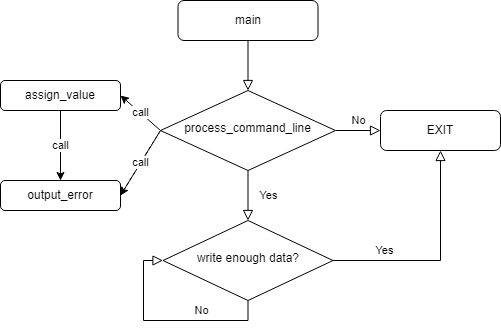
This is task_1/Relationship of functions.png from Miraculous-Sky/mini_project, a draw.io export, as it was before one commit. Source tidied: cells renumbered, new cells last; positions are measured from the earlier drawing's top-left corner, leaving out a move shared by most shapes. The source it was exported from:
```xml
<mxGraphModel>
  <root>
    <mxCell id="0" />
    <mxCell id="1" parent="0" />
    <mxCell id="2" style="rounded=0;html=1;jettySize=auto;fontSize=11;endArrow=block;endFill=0;endSize=8;strokeWidth=1;shadow=0;labelBackgroundColor=none;edgeStyle=orthogonalEdgeStyle;" parent="1" edge="1" source="3" target="6">
      <mxGeometry relative="1" as="geometry" />
    </mxCell>
    <mxCell id="3" value="main" style="rounded=1;whiteSpace=wrap;html=1;fontSize=12;glass=0;strokeWidth=1;shadow=0;" parent="1" vertex="1">
      <mxGeometry x="177.5" width="140" height="40" as="geometry" />
    </mxCell>
    <mxCell id="4" value="Yes" style="rounded=0;html=1;jettySize=auto;fontSize=11;endArrow=block;endFill=0;endSize=8;strokeWidth=1;shadow=0;labelBackgroundColor=none;edgeStyle=orthogonalEdgeStyle;" parent="1" edge="1" source="6" target="10">
      <mxGeometry y="20" relative="1" as="geometry" />
    </mxCell>
    <mxCell id="5" value="No" style="edgeStyle=orthogonalEdgeStyle;rounded=0;html=1;jettySize=auto;fontSize=11;endArrow=block;endFill=0;endSize=8;strokeWidth=1;shadow=0;labelBackgroundColor=none;" parent="1" edge="1" source="6" target="7">
      <mxGeometry y="10" relative="1" as="geometry" />
    </mxCell>
    <mxCell id="6" value="process_command_line" style="rhombus;whiteSpace=wrap;html=1;shadow=0;fontFamily=Helvetica;fontSize=12;align=center;strokeWidth=1;spacing=6;spacingTop=-4;" parent="1" vertex="1">
      <mxGeometry x="160" y="90" width="175" height="80" as="geometry" />
    </mxCell>
    <mxCell id="7" value="EXIT" style="rounded=1;whiteSpace=wrap;html=1;fontSize=12;glass=0;strokeWidth=1;shadow=0;" parent="1" vertex="1">
      <mxGeometry x="380" y="110" width="120" height="40" as="geometry" />
    </mxCell>
    <mxCell id="8" value="No" style="rounded=0;html=1;jettySize=auto;orthogonalLoop=1;fontSize=11;endArrow=block;endFill=0;endSize=8;strokeWidth=1;shadow=0;labelBackgroundColor=none;edgeStyle=orthogonalEdgeStyle;entryX=0;entryY=0.5;entryDx=0;entryDy=0;" parent="1" edge="1" source="10" target="10">
      <mxGeometry x="-0.34" y="-10" relative="1" as="geometry">
        <Array as="points">
          <mxPoint x="248" y="320" />
          <mxPoint x="143" y="320" />
          <mxPoint x="143" y="260" />
        </Array>
        <mxPoint x="1" as="offset" />
      </mxGeometry>
    </mxCell>
    <mxCell id="9" value="Yes" style="edgeStyle=orthogonalEdgeStyle;rounded=0;html=1;jettySize=auto;fontSize=11;endArrow=block;endFill=0;endSize=8;strokeWidth=1;shadow=0;labelBackgroundColor=none;entryX=0.5;entryY=1;entryDx=0;entryDy=0;" parent="1" edge="1" source="10" target="7">
      <mxGeometry x="-0.54" y="10" relative="1" as="geometry">
        <mxPoint x="1" as="offset" />
      </mxGeometry>
    </mxCell>
    <mxCell id="10" value="write enough data?" style="rhombus;whiteSpace=wrap;html=1;shadow=0;fontFamily=Helvetica;fontSize=12;align=center;strokeWidth=1;spacing=6;spacingTop=-4;" parent="1" vertex="1">
      <mxGeometry x="162.5" y="220" width="170" height="80" as="geometry" />
    </mxCell>
    <mxCell id="11" style="edgeStyle=orthogonalEdgeStyle;rounded=0;jettySize=auto;html=1;exitX=0.5;exitY=1;exitDx=0;exitDy=0;entryX=0.5;entryY=0;entryDx=0;entryDy=0;" parent="1" edge="1" source="12" target="13">
      <mxGeometry relative="1" as="geometry" />
    </mxCell>
    <mxCell id="12" value="assign_value" style="rounded=1;whiteSpace=wrap;html=1;" parent="1" vertex="1">
      <mxGeometry y="80" width="120" height="30" as="geometry" />
    </mxCell>
    <mxCell id="13" value="output_error" style="rounded=1;whiteSpace=wrap;html=1;" parent="1" vertex="1">
      <mxGeometry y="180" width="120" height="30" as="geometry" />
    </mxCell>
    <mxCell id="14" value="call" style="endArrow=none;dashed=1;html=1;rounded=0;entryX=0;entryY=0.5;entryDx=0;entryDy=0;exitX=1;exitY=0.5;exitDx=0;exitDy=0;" parent="1" edge="1" source="13" target="6">
      <mxGeometry relative="1" as="geometry" />
    </mxCell>
    <mxCell id="15" value="call" style="endArrow=none;dashed=1;html=1;rounded=0;entryX=0.5;entryY=0;entryDx=0;entryDy=0;exitX=0.5;exitY=1;exitDx=0;exitDy=0;" parent="1" edge="1" source="12" target="13">
      <mxGeometry relative="1" as="geometry" />
    </mxCell>
    <mxCell id="16" value="call" style="endArrow=classic;html=1;rounded=0;entryX=1;entryY=0.5;entryDx=0;entryDy=0;" parent="1" edge="1" target="12">
      <mxGeometry relative="1" as="geometry">
        <mxPoint x="160" y="130" as="sourcePoint" />
      </mxGeometry>
    </mxCell>
    <mxCell id="17" value="call" style="endArrow=classic;html=1;rounded=0;exitX=0;exitY=0.5;exitDx=0;exitDy=0;entryX=1;entryY=0.5;entryDx=0;entryDy=0;" parent="1" edge="1" source="6" target="13">
      <mxGeometry relative="1" as="geometry" />
    </mxCell>
  </root>
</mxGraphModel>
```
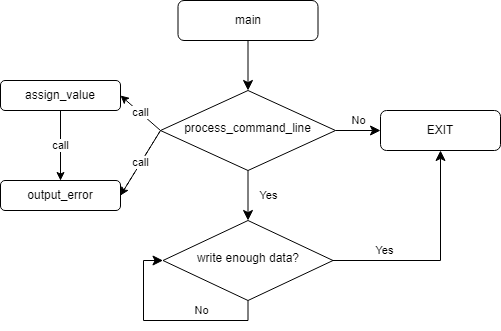
The same diagram one commit later.

Diff of the diagram source:
```diff
@@ -2,16 +2,16 @@
   <root>
     <mxCell id="0" />
     <mxCell id="1" parent="0" />
-    <mxCell id="2" style="rounded=0;html=1;jettySize=auto;fontSize=11;endArrow=block;endFill=0;endSize=8;strokeWidth=1;shadow=0;labelBackgroundColor=none;edgeStyle=orthogonalEdgeStyle;" parent="1" edge="1" source="3" target="6">
+    <mxCell id="2" style="rounded=0;html=1;jettySize=auto;fontSize=11;endArrow=classic;endFill=1;endSize=8;strokeWidth=1;shadow=0;labelBackgroundColor=none;edgeStyle=orthogonalEdgeStyle;" parent="1" edge="1" source="3" target="6">
       <mxGeometry relative="1" as="geometry" />
     </mxCell>
     <mxCell id="3" value="main" style="rounded=1;whiteSpace=wrap;html=1;fontSize=12;glass=0;strokeWidth=1;shadow=0;" parent="1" vertex="1">
       <mxGeometry x="177.5" width="140" height="40" as="geometry" />
     </mxCell>
-    <mxCell id="4" value="Yes" style="rounded=0;html=1;jettySize=auto;fontSize=11;endArrow=block;endFill=0;endSize=8;strokeWidth=1;shadow=0;labelBackgroundColor=none;edgeStyle=orthogonalEdgeStyle;" parent="1" edge="1" source="6" target="10">
+    <mxCell id="4" value="Yes" style="rounded=0;html=1;jettySize=auto;fontSize=11;endArrow=classic;endFill=1;endSize=8;strokeWidth=1;shadow=0;labelBackgroundColor=none;edgeStyle=orthogonalEdgeStyle;" parent="1" edge="1" source="6" target="10">
       <mxGeometry y="20" relative="1" as="geometry" />
     </mxCell>
-    <mxCell id="5" value="No" style="edgeStyle=orthogonalEdgeStyle;rounded=0;html=1;jettySize=auto;fontSize=11;endArrow=block;endFill=0;endSize=8;strokeWidth=1;shadow=0;labelBackgroundColor=none;" parent="1" edge="1" source="6" target="7">
+    <mxCell id="5" value="No" style="edgeStyle=orthogonalEdgeStyle;rounded=0;html=1;jettySize=auto;fontSize=11;endArrow=classic;endFill=1;endSize=8;strokeWidth=1;shadow=0;labelBackgroundColor=none;" parent="1" edge="1" source="6" target="7">
       <mxGeometry y="10" relative="1" as="geometry" />
     </mxCell>
     <mxCell id="6" value="process_command_line" style="rhombus;whiteSpace=wrap;html=1;shadow=0;fontFamily=Helvetica;fontSize=12;align=center;strokeWidth=1;spacing=6;spacingTop=-4;" parent="1" vertex="1">
@@ -20,7 +20,7 @@
     <mxCell id="7" value="EXIT" style="rounded=1;whiteSpace=wrap;html=1;fontSize=12;glass=0;strokeWidth=1;shadow=0;" parent="1" vertex="1">
       <mxGeometry x="380" y="110" width="120" height="40" as="geometry" />
     </mxCell>
-    <mxCell id="8" value="No" style="rounded=0;html=1;jettySize=auto;orthogonalLoop=1;fontSize=11;endArrow=block;endFill=0;endSize=8;strokeWidth=1;shadow=0;labelBackgroundColor=none;edgeStyle=orthogonalEdgeStyle;entryX=0;entryY=0.5;entryDx=0;entryDy=0;" parent="1" edge="1" source="10" target="10">
+    <mxCell id="8" value="No" style="rounded=0;html=1;jettySize=auto;orthogonalLoop=1;fontSize=11;endArrow=classic;endFill=1;endSize=8;strokeWidth=1;shadow=0;labelBackgroundColor=none;edgeStyle=orthogonalEdgeStyle;entryX=0;entryY=0.5;entryDx=0;entryDy=0;" parent="1" edge="1" source="10" target="10">
       <mxGeometry x="-0.34" y="-10" relative="1" as="geometry">
         <Array as="points">
           <mxPoint x="248" y="320" />
@@ -30,7 +30,7 @@
         <mxPoint x="1" as="offset" />
       </mxGeometry>
     </mxCell>
-    <mxCell id="9" value="Yes" style="edgeStyle=orthogonalEdgeStyle;rounded=0;html=1;jettySize=auto;fontSize=11;endArrow=block;endFill=0;endSize=8;strokeWidth=1;shadow=0;labelBackgroundColor=none;entryX=0.5;entryY=1;entryDx=0;entryDy=0;" parent="1" edge="1" source="10" target="7">
+    <mxCell id="9" value="Yes" style="edgeStyle=orthogonalEdgeStyle;rounded=0;html=1;jettySize=auto;fontSize=11;endArrow=classic;endFill=1;endSize=8;strokeWidth=1;shadow=0;labelBackgroundColor=none;entryX=0.5;entryY=1;entryDx=0;entryDy=0;" parent="1" edge="1" source="10" target="7">
       <mxGeometry x="-0.54" y="10" relative="1" as="geometry">
         <mxPoint x="1" as="offset" />
       </mxGeometry>
```
